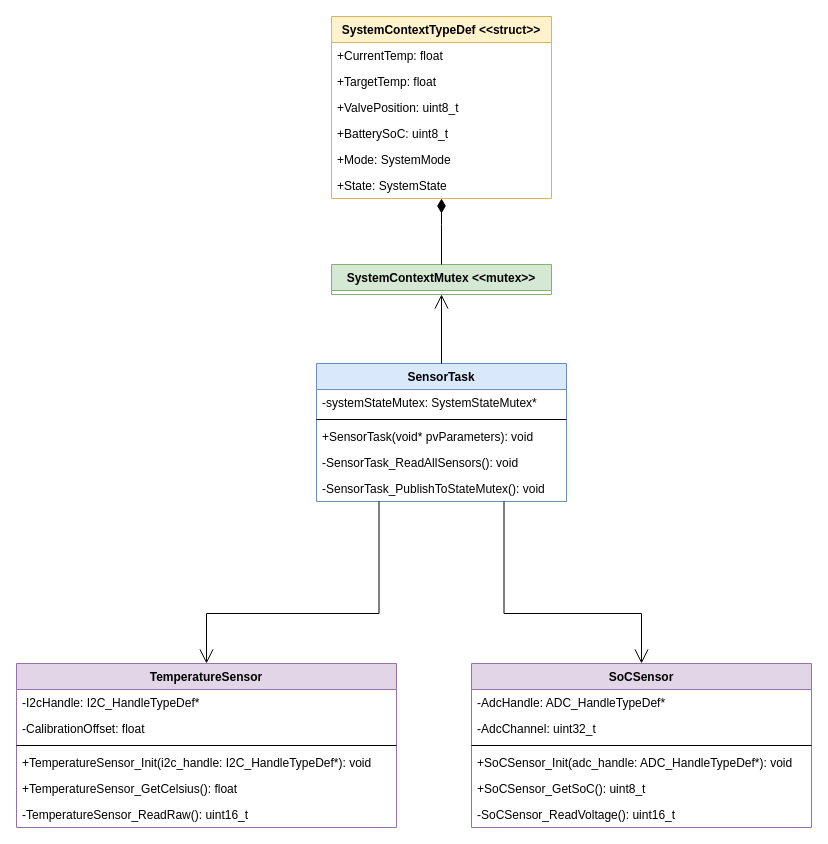
Before: page "sensors" (3 of 6) of software/diagrams/mt-rt-sw-design.drawio in MiraTherm/miratherm-radiator-thermostat-documentation, a draw.io diagram. Source tidied: cells renumbered, new cells numbered last; positions are measured from the earlier drawing's top-left corner, leaving out a move shared by most shapes. Both pictures are drawn from the tidied source at 100%, with x=0, y=0 at pixel (16, 16).
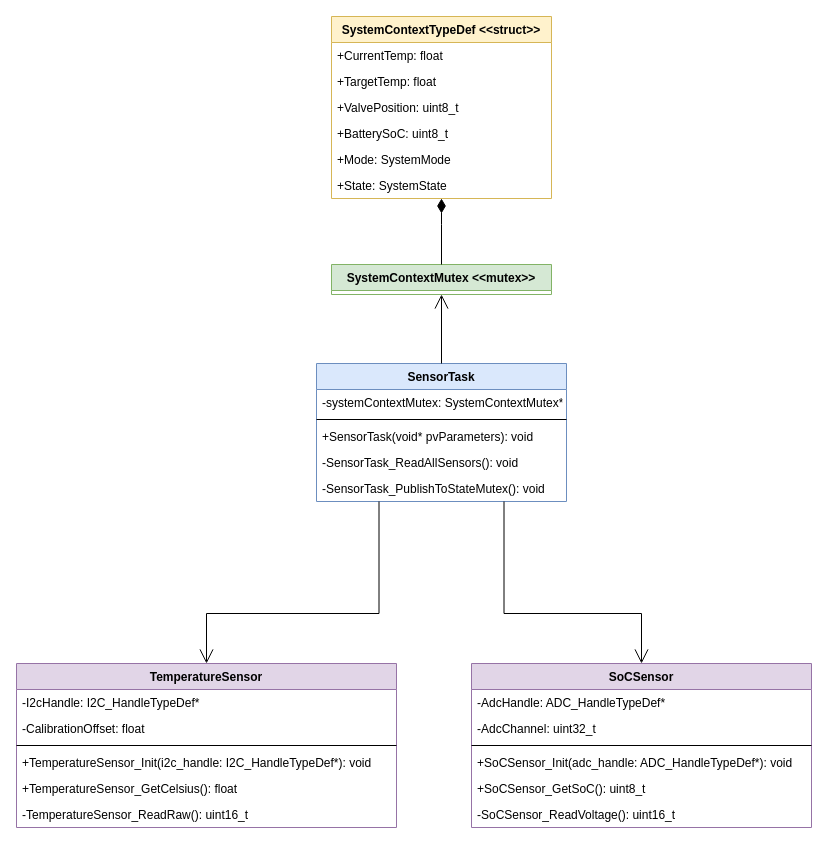
The same diagram, later.

The change refers to these unchanged cells:
```xml
<mxCell id="2" value="SensorTask" style="swimlane;fontStyle=1;horizontal=1;startSize=26;fillColor=#dae8fc;strokeColor=#6c8ebf;" parent="1" vertex="1">
  <mxGeometry x="300" y="347" width="250" height="138" as="geometry" />
</mxCell>
```

Diff of the diagram source:
```diff
@@
-    <mxCell id="3" value="-systemStateMutex: SystemStateMutex*" style="text;strokeColor=none;fillColor=none;align=left;verticalAlign=top;spacingLeft=4;spacingRight=4;overflow=hidden;" parent="2" vertex="1">
+    <mxCell id="3" value="-systemContextMutex: SystemContextMutex*" style="text;strokeColor=none;fillColor=none;align=left;verticalAlign=top;spacingLeft=4;spacingRight=4;overflow=hidden;" parent="2" vertex="1">
       <mxGeometry y="26" width="250" height="26" as="geometry" />
     </mxCell>
```
